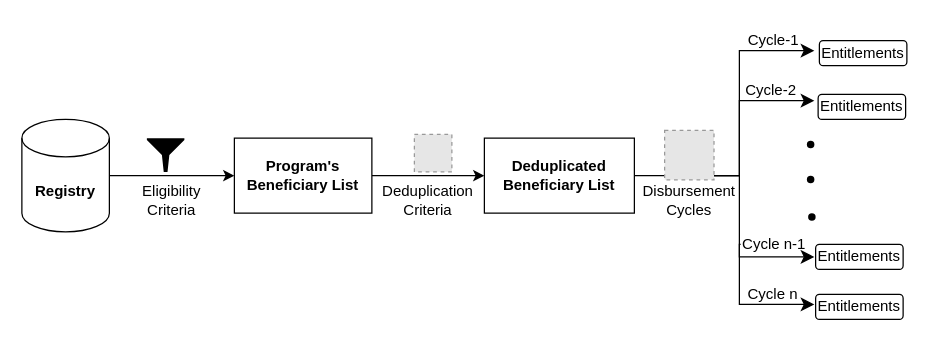
Earlier version of the draw.io diagram .gitbook/assets/program-management-process.drawio (OpenG2P/openg2p-documentation). Source tidied: cells renumbered, new cells numbered last; positions are measured from the earlier drawing's top-left corner, leaving out a move shared by most shapes. Both pictures are drawn from the tidied source at 125%, with x=0, y=0 at pixel (21, 21). Pictures stored in the file or linked from it are replaced by grey dashed boxes.
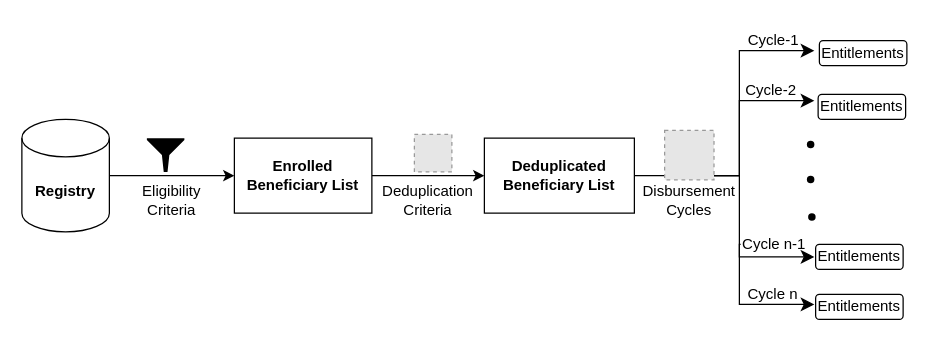
Above is the later version.

The edit, as a diff of the source:
```diff
@@
-    <mxCell id="5" value="&lt;b&gt;Program's Beneficiary List&lt;/b&gt;" style="rounded=0;whiteSpace=wrap;html=1;" parent="1" vertex="1">
+    <mxCell id="5" value="&lt;b&gt;Enrolled Beneficiary List&lt;/b&gt;" style="rounded=0;whiteSpace=wrap;html=1;" parent="1" vertex="1">
       <mxGeometry x="170" y="93" width="110" height="60" as="geometry" />
     </mxCell>
```
